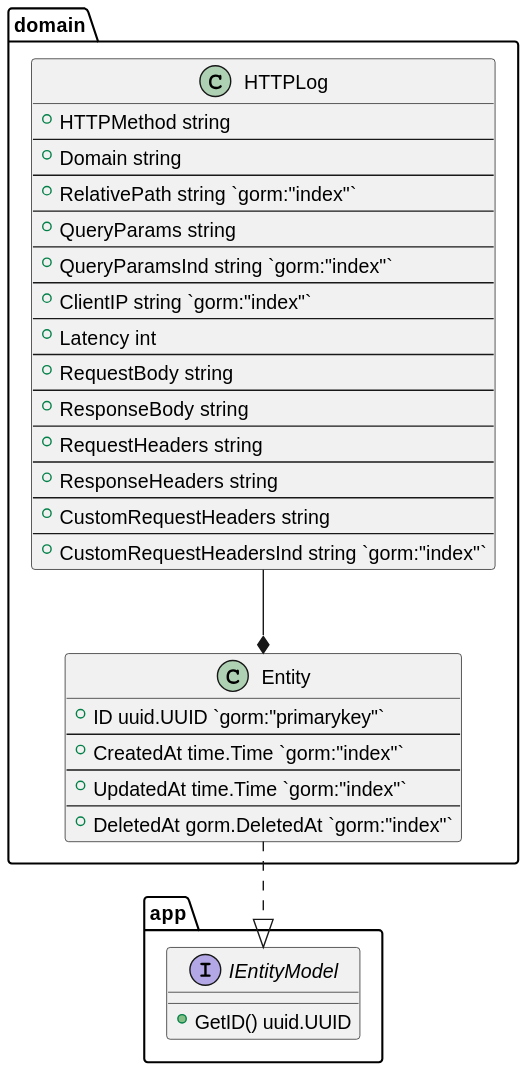
Earlier version of the PlantUML export docs/plantuml/entities/EthernetSwitch.svg (lf-edge/rol).
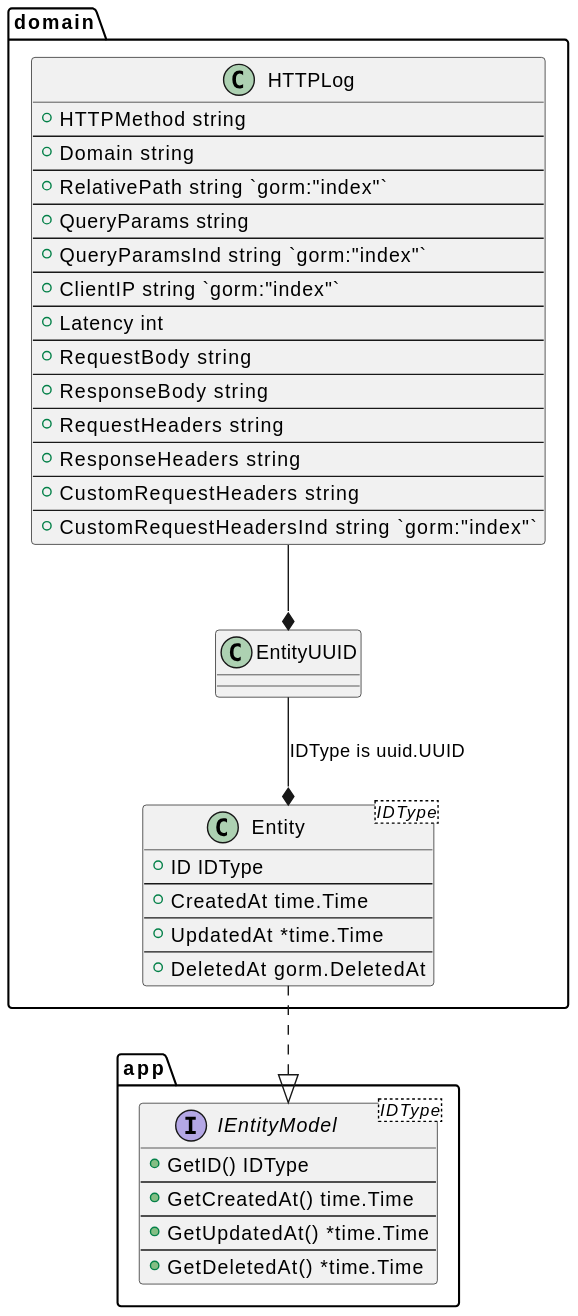
Later version of the same file.

The edit, as a diff of the source:
```diff
@@ -30,7 +30,7 @@
         --
         +CustomRequestHeadersInd string `gorm:"index"`
     }
-    HTTPLog -down-* Entity
+    HTTPLog -down-* EntityUUID
 }
 
 @enduml
```
